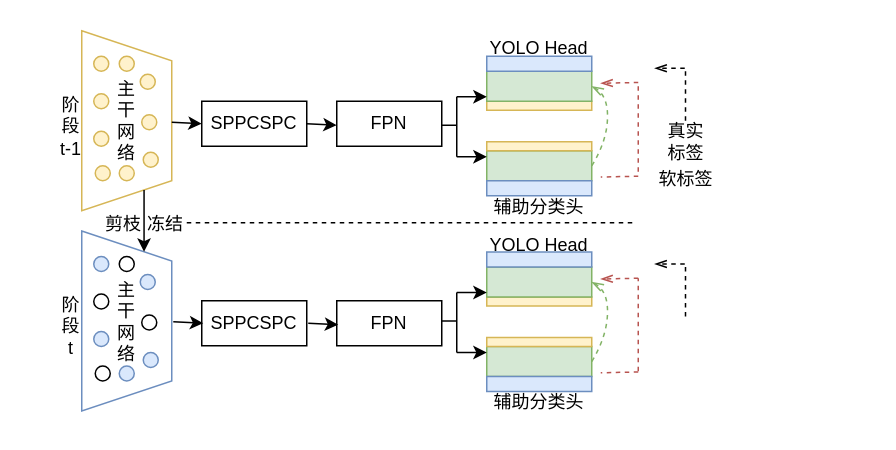
This is self_distillation.drawio from wangdayan/HuffmanTree, a draw.io file, before an edit. Source tidied: cells renumbered, new cells numbered last; positions are measured from the earlier drawing's top-left corner, leaving out a move shared by most shapes. Both pictures are drawn from the tidied source at 150%, with x=0, y=0 at pixel (26, 26).
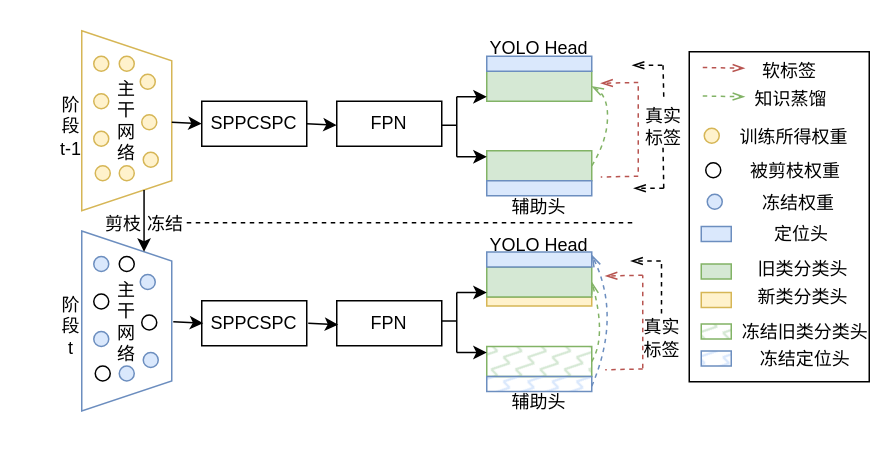
The same page after the edit.

The change refers to these unchanged cells:
```xml
<mxCell id="57" style="rounded=0;whiteSpace=wrap;html=1;fillColor=#d5e8d4;strokeColor=#82b366;" parent="1" vertex="1">
  <mxGeometry x="307" y="160.5" width="70" height="20" as="geometry" />
</mxCell>
```

Diff of the diagram source:
```diff
@@
+    <mxCell id="76" style="rounded=0;whiteSpace=wrap;html=1;" parent="1" vertex="1">
+      <mxGeometry x="442" y="17" width="120" height="220" as="geometry" />
+    </mxCell>
@@
-    <mxCell id="8" value="辅助分类头" style="text;strokeColor=none;align=center;fillColor=none;html=1;verticalAlign=middle;whiteSpace=wrap;rounded=0;" parent="1" vertex="1">
+    <mxCell id="8" value="辅助头" style="text;strokeColor=none;align=center;fillColor=none;html=1;verticalAlign=middle;whiteSpace=wrap;rounded=0;" parent="1" vertex="1">
       <mxGeometry x="307" y="106" width="70" height="30" as="geometry" />
     </mxCell>
@@
-    <mxCell id="10" style="rounded=0;whiteSpace=wrap;html=1;fillColor=#fff2cc;strokeColor=#d6b656;" parent="1" vertex="1">
-      <mxGeometry x="307" y="50" width="70" height="6" as="geometry" />
-    </mxCell>
@@
-    <mxCell id="14" style="rounded=0;whiteSpace=wrap;html=1;fillColor=#fff2cc;strokeColor=#d6b656;" parent="1" vertex="1">
-      <mxGeometry x="307" y="77" width="70" height="6" as="geometry" />
-    </mxCell>
@@
     <mxCell id="16" value="真实&lt;div&gt;标签&lt;/div&gt;" style="text;strokeColor=none;align=center;fillColor=none;html=1;verticalAlign=middle;whiteSpace=wrap;rounded=0;" parent="1" vertex="1">
-      <mxGeometry x="410" y="62" width="60" height="30" as="geometry" />
+      <mxGeometry x="395" y="52" width="60" height="30" as="geometry" />
     </mxCell>
     <mxCell id="17" style="endArrow=none;html=1;rounded=0;dashed=1;" parent="1" edge="1">
       <mxGeometry relative="1" as="geometry">
-        <mxPoint x="439.5" y="63" as="sourcePoint" />
-        <mxPoint x="439.5" y="27" as="targetPoint" />
+        <mxPoint x="425" y="47" as="sourcePoint" />
+        <mxPoint x="424.5" y="25" as="targetPoint" />
       </mxGeometry>
     </mxCell>
     <mxCell id="18" style="endArrow=openThin;html=1;rounded=0;dashed=1;endFill=0;" parent="1" edge="1">
       <mxGeometry relative="1" as="geometry">
-        <mxPoint x="439" y="28" as="sourcePoint" />
-        <mxPoint x="419" y="28" as="targetPoint" />
+        <mxPoint x="424" y="26" as="sourcePoint" />
+        <mxPoint x="404" y="26" as="targetPoint" />
       </mxGeometry>
     </mxCell>
     <mxCell id="19" value="软标签" style="text;strokeColor=none;align=center;fillColor=none;html=1;verticalAlign=middle;whiteSpace=wrap;rounded=0;" parent="1" vertex="1">
-      <mxGeometry x="410" y="87" width="60" height="30" as="geometry" />
+      <mxGeometry x="479" y="15" width="60" height="30" as="geometry" />
     </mxCell>
@@
-    <mxCell id="53" style="rounded=0;whiteSpace=wrap;html=1;fillColor=#d5e8d4;strokeColor=#82b366;" parent="1" vertex="1">
+    <mxCell id="53" style="rounded=0;whiteSpace=wrap;html=1;fillColor=#d5e8d4;strokeColor=#82b366;gradientColor=none;fillStyle=zigzag-line;" parent="1" vertex="1">
       <mxGeometry x="307" y="213.5" width="70" height="20" as="geometry" />
     </mxCell>
-    <mxCell id="54" value="辅助分类头" style="text;strokeColor=none;align=center;fillColor=none;html=1;verticalAlign=middle;whiteSpace=wrap;rounded=0;" parent="1" vertex="1">
+    <mxCell id="54" value="辅助&lt;span style=&quot;background-color: transparent;&quot;&gt;头&lt;/span&gt;" style="text;strokeColor=none;align=center;fillColor=none;html=1;verticalAlign=middle;whiteSpace=wrap;rounded=0;" parent="1" vertex="1">
       <mxGeometry x="307" y="235.5" width="70" height="30" as="geometry" />
     </mxCell>
-    <mxCell id="55" style="rounded=0;whiteSpace=wrap;html=1;fillColor=#dae8fc;strokeColor=#6c8ebf;" parent="1" vertex="1">
+    <mxCell id="55" style="rounded=0;whiteSpace=wrap;html=1;fillColor=#dae8fc;strokeColor=#6c8ebf;fillStyle=zigzag-line;" parent="1" vertex="1">
       <mxGeometry x="307" y="233.5" width="70" height="10" as="geometry" />
     </mxCell>
@@
     <mxCell id="59" style="curved=1;endArrow=openThin;html=1;rounded=0;entryX=1;entryY=0.5;entryDx=0;entryDy=0;fillColor=#d5e8d4;strokeColor=#82b366;dashed=1;endFill=0;exitX=1;exitY=0.5;exitDx=0;exitDy=0;" parent="1" edge="1" source="53" target="57">
       <mxGeometry relative="1" as="geometry">
         <Array as="points">
           <mxPoint x="387" y="207" />
-          <mxPoint x="388" y="176.5" />
         </Array>
       </mxGeometry>
     </mxCell>
-    <mxCell id="60" style="rounded=0;whiteSpace=wrap;html=1;fillColor=#fff2cc;strokeColor=#d6b656;" parent="1" vertex="1">
-      <mxGeometry x="307" y="207.5" width="70" height="6" as="geometry" />
-    </mxCell>
@@
     <mxCell id="62" style="endArrow=none;html=1;rounded=0;dashed=1;" parent="1" edge="1">
       <mxGeometry relative="1" as="geometry">
-        <mxPoint x="439.5" y="193.5" as="sourcePoint" />
-        <mxPoint x="439.5" y="157.5" as="targetPoint" />
+        <mxPoint x="423.5" y="191.5" as="sourcePoint" />
+        <mxPoint x="423.5" y="155.5" as="targetPoint" />
       </mxGeometry>
     </mxCell>
     <mxCell id="63" style="endArrow=openThin;html=1;rounded=0;dashed=1;endFill=0;" parent="1" edge="1">
       <mxGeometry relative="1" as="geometry">
-        <mxPoint x="439" y="158.5" as="sourcePoint" />
-        <mxPoint x="419" y="158.5" as="targetPoint" />
+        <mxPoint x="423" y="156.5" as="sourcePoint" />
+        <mxPoint x="403" y="156.5" as="targetPoint" />
       </mxGeometry>
     </mxCell>
     <mxCell id="64" style="endArrow=none;html=1;rounded=0;dashed=1;fillColor=#f8cecc;strokeColor=#b85450;" parent="1" edge="1">
       <mxGeometry relative="1" as="geometry">
-        <mxPoint x="408" y="230" as="sourcePoint" />
-        <mxPoint x="408" y="168" as="targetPoint" />
+        <mxPoint x="411" y="228" as="sourcePoint" />
+        <mxPoint x="411" y="166" as="targetPoint" />
       </mxGeometry>
     </mxCell>
     <mxCell id="65" style="endArrow=none;html=1;rounded=0;dashed=1;endFill=0;fillColor=#f8cecc;strokeColor=#b85450;startFill=0;" parent="1" edge="1">
       <mxGeometry relative="1" as="geometry">
-        <mxPoint x="408" y="230.5" as="sourcePoint" />
-        <mxPoint x="383" y="231" as="targetPoint" />
+        <mxPoint x="411" y="228.5" as="sourcePoint" />
+        <mxPoint x="386" y="229" as="targetPoint" />
       </mxGeometry>
     </mxCell>
     <mxCell id="66" style="endArrow=openThin;html=1;rounded=0;dashed=1;endFill=0;fillColor=#f8cecc;strokeColor=#b85450;" parent="1" edge="1">
       <mxGeometry relative="1" as="geometry">
-        <mxPoint x="408" y="168" as="sourcePoint" />
-        <mxPoint x="383" y="168.5" as="targetPoint" />
+        <mxPoint x="411" y="166" as="sourcePoint" />
+        <mxPoint x="386" y="166.5" as="targetPoint" />
       </mxGeometry>
     </mxCell>
@@
+    <mxCell id="77" style="endArrow=openThin;html=1;rounded=0;dashed=1;endFill=0;fillColor=#f8cecc;strokeColor=#b85450;" parent="1" edge="1">
+      <mxGeometry relative="1" as="geometry">
+        <mxPoint x="451" y="27.5" as="sourcePoint" />
+        <mxPoint x="479" y="28" as="targetPoint" />
+      </mxGeometry>
+    </mxCell>
+    <mxCell id="78" style="endArrow=openThin;html=1;rounded=0;dashed=1;endFill=0;fillColor=#d5e8d4;strokeColor=#82b366;" parent="1" edge="1">
+      <mxGeometry relative="1" as="geometry">
+        <mxPoint x="451" y="46.5" as="sourcePoint" />
+        <mxPoint x="479" y="47" as="targetPoint" />
+      </mxGeometry>
+    </mxCell>
+    <mxCell id="79" value="知识蒸馏" style="text;strokeColor=none;align=center;fillColor=none;html=1;verticalAlign=middle;whiteSpace=wrap;rounded=0;" parent="1" vertex="1">
+      <mxGeometry x="480" y="34" width="60" height="30" as="geometry" />
+    </mxCell>
+    <mxCell id="80" style="ellipse;whiteSpace=wrap;html=1;fillColor=#fff2cc;strokeColor=#d6b656;" parent="1" vertex="1">
+      <mxGeometry x="452" y="68" width="10" height="10" as="geometry" />
+    </mxCell>
+    <mxCell id="81" value="训练所得权重" style="text;strokeColor=none;align=center;fillColor=none;html=1;verticalAlign=middle;whiteSpace=wrap;rounded=0;" parent="1" vertex="1">
+      <mxGeometry x="474" y="59" width="76" height="30" as="geometry" />
+    </mxCell>
+    <mxCell id="82" value="被剪枝权重" style="text;strokeColor=none;align=center;fillColor=none;html=1;verticalAlign=middle;whiteSpace=wrap;rounded=0;" parent="1" vertex="1">
+      <mxGeometry x="475" y="82" width="76" height="30" as="geometry" />
+    </mxCell>
+    <mxCell id="83" value="冻结权重" style="text;strokeColor=none;align=center;fillColor=none;html=1;verticalAlign=middle;whiteSpace=wrap;rounded=0;" parent="1" vertex="1">
+      <mxGeometry x="477" y="102.5" width="76" height="30" as="geometry" />
+    </mxCell>
+    <mxCell id="84" style="ellipse;whiteSpace=wrap;html=1;" parent="1" vertex="1">
+      <mxGeometry x="453" y="91" width="10" height="10" as="geometry" />
+    </mxCell>
+    <mxCell id="85" style="ellipse;whiteSpace=wrap;html=1;fillColor=#dae8fc;strokeColor=#6c8ebf;" parent="1" vertex="1">
+      <mxGeometry x="454" y="112" width="10" height="10" as="geometry" />
+    </mxCell>
+    <mxCell id="86" style="rounded=0;whiteSpace=wrap;html=1;fillColor=#dae8fc;strokeColor=#6c8ebf;" parent="1" vertex="1">
+      <mxGeometry x="450" y="133.5" width="20" height="10" as="geometry" />
+    </mxCell>
+    <mxCell id="87" value="定位头" style="text;strokeColor=none;align=center;fillColor=none;html=1;verticalAlign=middle;whiteSpace=wrap;rounded=0;" parent="1" vertex="1">
+      <mxGeometry x="479" y="123.5" width="76" height="30" as="geometry" />
+    </mxCell>
+    <mxCell id="88" style="rounded=0;whiteSpace=wrap;html=1;fillColor=#d5e8d4;strokeColor=#82b366;" parent="1" vertex="1">
+      <mxGeometry x="450" y="158.5" width="20" height="10" as="geometry" />
+    </mxCell>
+    <mxCell id="89" value="旧类分类头" style="text;strokeColor=none;align=center;fillColor=none;html=1;verticalAlign=middle;whiteSpace=wrap;rounded=0;" parent="1" vertex="1">
+      <mxGeometry x="480" y="146.5" width="76" height="30" as="geometry" />
+    </mxCell>
+    <mxCell id="90" style="rounded=0;whiteSpace=wrap;html=1;fillColor=#fff2cc;strokeColor=#d6b656;" parent="1" vertex="1">
+      <mxGeometry x="450" y="177.5" width="20" height="10" as="geometry" />
+    </mxCell>
+    <mxCell id="91" value="新类分类头" style="text;strokeColor=none;align=center;fillColor=none;html=1;verticalAlign=middle;whiteSpace=wrap;rounded=0;" parent="1" vertex="1">
+      <mxGeometry x="480" y="165.5" width="76" height="30" as="geometry" />
+    </mxCell>
+    <mxCell id="92" value="真实&lt;div&gt;标签&lt;/div&gt;" style="text;strokeColor=none;align=center;fillColor=none;html=1;verticalAlign=middle;whiteSpace=wrap;rounded=0;" parent="1" vertex="1">
+      <mxGeometry x="394" y="192.5" width="60" height="30" as="geometry" />
+    </mxCell>
+    <mxCell id="93" style="rounded=0;whiteSpace=wrap;html=1;fillColor=#d5e8d4;strokeColor=#82b366;fillStyle=zigzag-line;" parent="1" vertex="1">
+      <mxGeometry x="450" y="198.5" width="20" height="10" as="geometry" />
+    </mxCell>
+    <mxCell id="94" value="冻结旧类分类头" style="text;strokeColor=none;align=center;fillColor=none;html=1;verticalAlign=middle;whiteSpace=wrap;rounded=0;" parent="1" vertex="1">
+      <mxGeometry x="476" y="188.5" width="87" height="30" as="geometry" />
+    </mxCell>
+    <mxCell id="95" style="rounded=0;whiteSpace=wrap;html=1;fillColor=#dae8fc;strokeColor=#6c8ebf;fillStyle=zigzag-line;" parent="1" vertex="1">
+      <mxGeometry x="450" y="216.5" width="20" height="10" as="geometry" />
+    </mxCell>
+    <mxCell id="96" value="冻结定位头" style="text;strokeColor=none;align=center;fillColor=none;html=1;verticalAlign=middle;whiteSpace=wrap;rounded=0;" parent="1" vertex="1">
+      <mxGeometry x="476" y="206.5" width="87" height="30" as="geometry" />
+    </mxCell>
+    <mxCell id="97" style="curved=1;endArrow=openThin;html=1;rounded=0;entryX=1;entryY=0.5;entryDx=0;entryDy=0;fillColor=#dae8fc;strokeColor=#6c8ebf;dashed=1;endFill=0;exitX=1;exitY=0.25;exitDx=0;exitDy=0;" parent="1" edge="1">
+      <mxGeometry relative="1" as="geometry">
+        <mxPoint x="377" y="240" as="sourcePoint" />
+        <mxPoint x="377" y="152.5" as="targetPoint" />
+        <Array as="points">
+          <mxPoint x="397" y="193" />
+        </Array>
+      </mxGeometry>
+    </mxCell>
+    <mxCell id="98" style="endArrow=none;html=1;rounded=0;dashed=1;" parent="1" edge="1">
+      <mxGeometry relative="1" as="geometry">
+        <mxPoint x="425" y="108" as="sourcePoint" />
+        <mxPoint x="424.5" y="80" as="targetPoint" />
+      </mxGeometry>
+    </mxCell>
+    <mxCell id="99" style="endArrow=openThin;html=1;rounded=0;dashed=1;endFill=0;" parent="1" edge="1">
+      <mxGeometry relative="1" as="geometry">
+        <mxPoint x="425" y="108" as="sourcePoint" />
+        <mxPoint x="405" y="108" as="targetPoint" />
+      </mxGeometry>
+    </mxCell>
```
